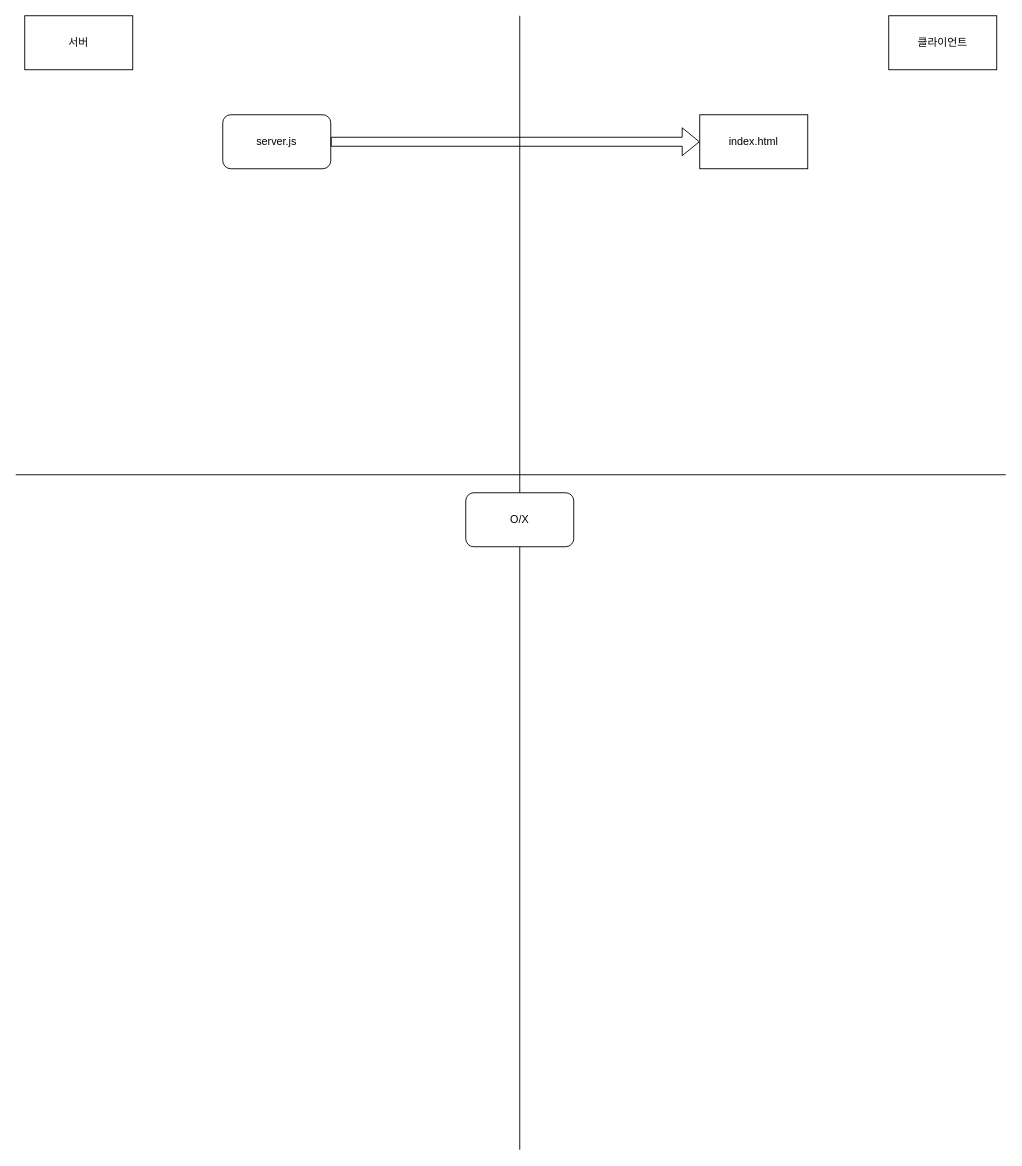
The draw.io diagram Untitled Diagram.drawio in riulwoo/WorkMate, before the edit. Source tidied: cells renumbered, new cells numbered last; positions are measured from the earlier drawing's top-left corner, leaving out a move shared by most shapes. Both pictures are drawn from the tidied source at 90%, with x=0, y=0 at pixel (15, 15).
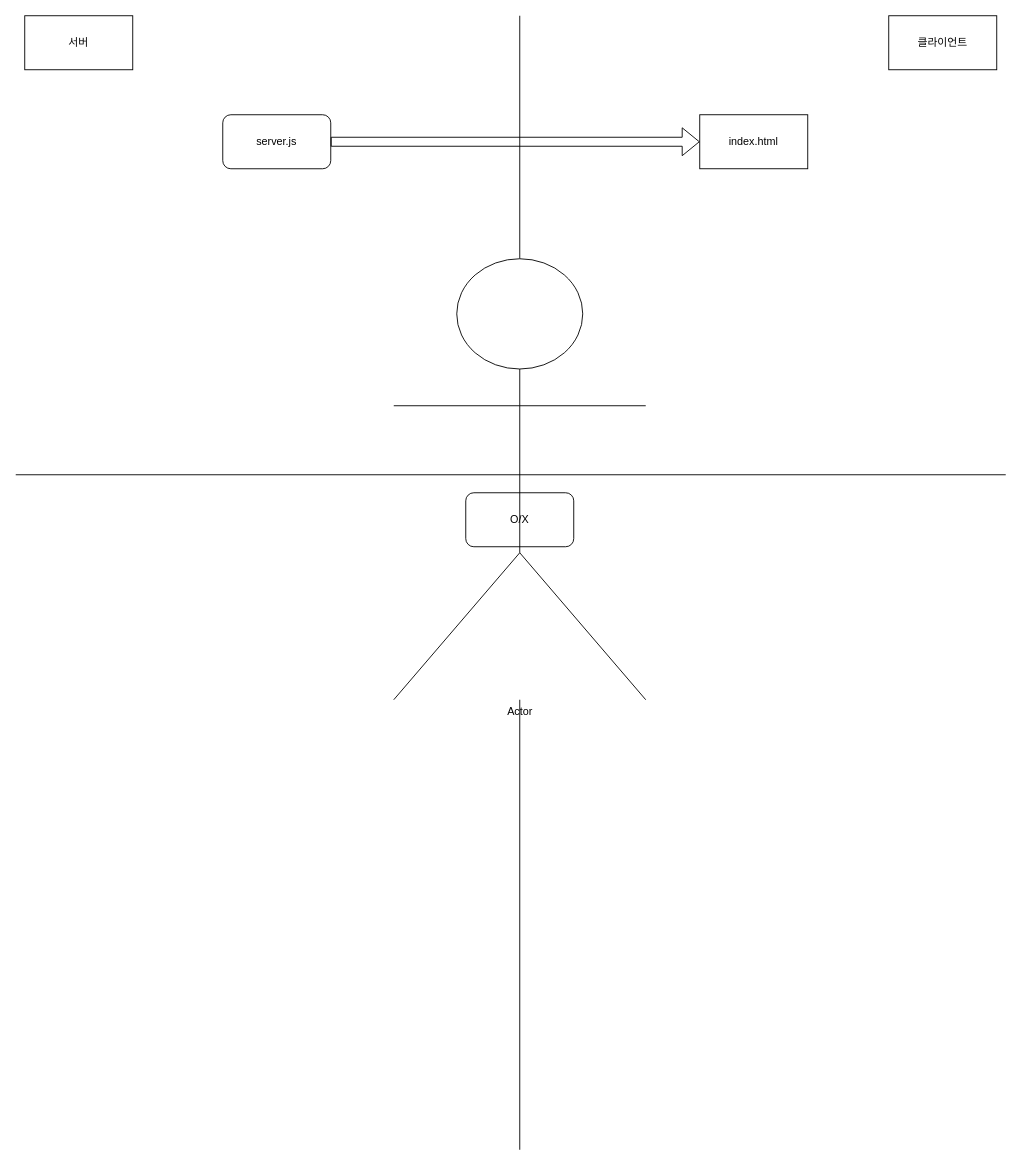
The same page after the edit.

Diff of the diagram source:
```diff
@@
 <mxGraphModel>
   <root>
     <mxCell id="0" />
     <mxCell id="1" parent="0" />
-    <mxCell id="2" style="endArrow=none;html=1;rounded=0;" parent="1" edge="1">
+    <mxCell id="2" style="endArrow=none;html=1;rounded=0;startArrow=none;" parent="1" edge="1" source="10">
       <mxGeometry relative="1" as="geometry">
-        <mxPoint x="560" y="1260" as="sourcePoint" />
         <mxPoint x="560" as="targetPoint" />
       </mxGeometry>
     </mxCell>
     <mxCell id="3" value="서버" style="rounded=0;whiteSpace=wrap;html=1;" parent="1" vertex="1">
       <mxGeometry x="10" width="120" height="60" as="geometry" />
     </mxCell>
     <mxCell id="4" value="클라이언트" style="rounded=0;whiteSpace=wrap;html=1;" parent="1" vertex="1">
       <mxGeometry x="970" width="120" height="60" as="geometry" />
     </mxCell>
     <mxCell id="5" style="endArrow=none;html=1;rounded=0;" parent="1" edge="1">
       <mxGeometry relative="1" as="geometry">
         <mxPoint x="1100" y="510" as="sourcePoint" />
         <mxPoint y="510" as="targetPoint" />
       </mxGeometry>
     </mxCell>
     <mxCell id="6" value="O/X" style="rounded=1;whiteSpace=wrap;html=1;" parent="1" vertex="1">
       <mxGeometry x="500" y="530" width="120" height="60" as="geometry" />
     </mxCell>
     <mxCell id="7" value="index.html" style="rounded=0;whiteSpace=wrap;html=1;" parent="1" vertex="1">
       <mxGeometry x="760" y="110" width="120" height="60" as="geometry" />
     </mxCell>
     <mxCell id="8" value="server.js" style="rounded=1;whiteSpace=wrap;html=1;" parent="1" vertex="1">
       <mxGeometry x="230" y="110" width="120" height="60" as="geometry" />
     </mxCell>
     <mxCell id="9" style="shape=flexArrow;endArrow=classic;html=1;rounded=0;exitX=1;exitY=0.5;exitDx=0;exitDy=0;" parent="1" edge="1" source="8" target="7">
       <mxGeometry relative="1" as="geometry" />
     </mxCell>
+    <mxCell id="10" value="Actor" style="shape=umlActor;verticalLabelPosition=bottom;verticalAlign=top;html=1;outlineConnect=0;" parent="1" vertex="1">
+      <mxGeometry x="420" y="270" width="280" height="490" as="geometry" />
+    </mxCell>
+    <mxCell id="11" style="endArrow=none;html=1;rounded=0;" parent="1" edge="1" target="10">
+      <mxGeometry relative="1" as="geometry">
+        <mxPoint x="560" y="1260" as="sourcePoint" />
+      </mxGeometry>
+    </mxCell>
   </root>
 </mxGraphModel>
```
